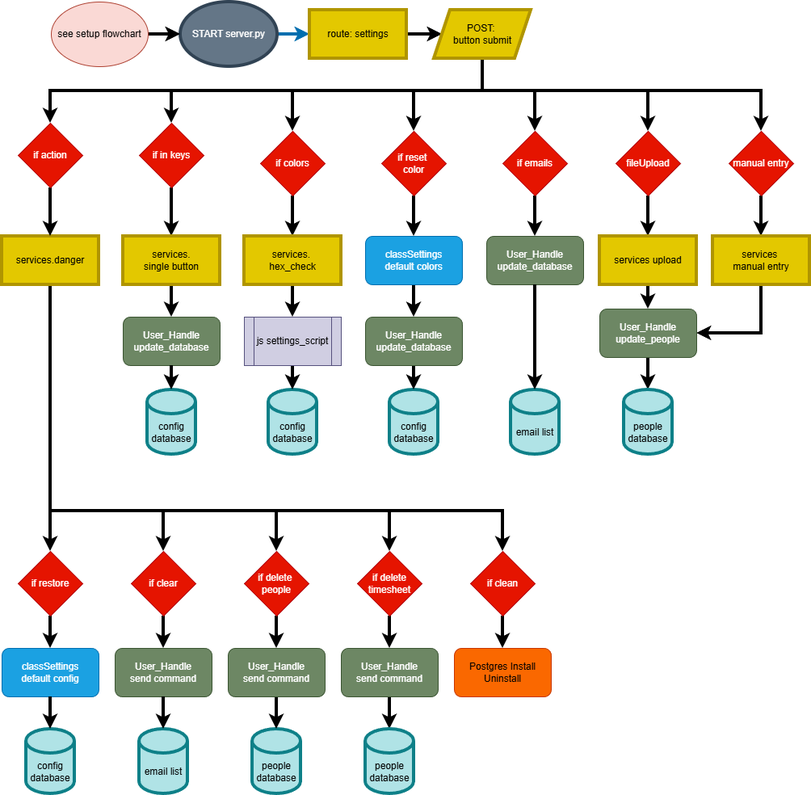
Above: planning/server_flowchart.drawio.png in whitedragonstudios/Scanner (draw.io), before the change. Source tidied: cells renumbered, new cells last; positions are measured from the earlier drawing's top-left corner, leaving out a move shared by most shapes.
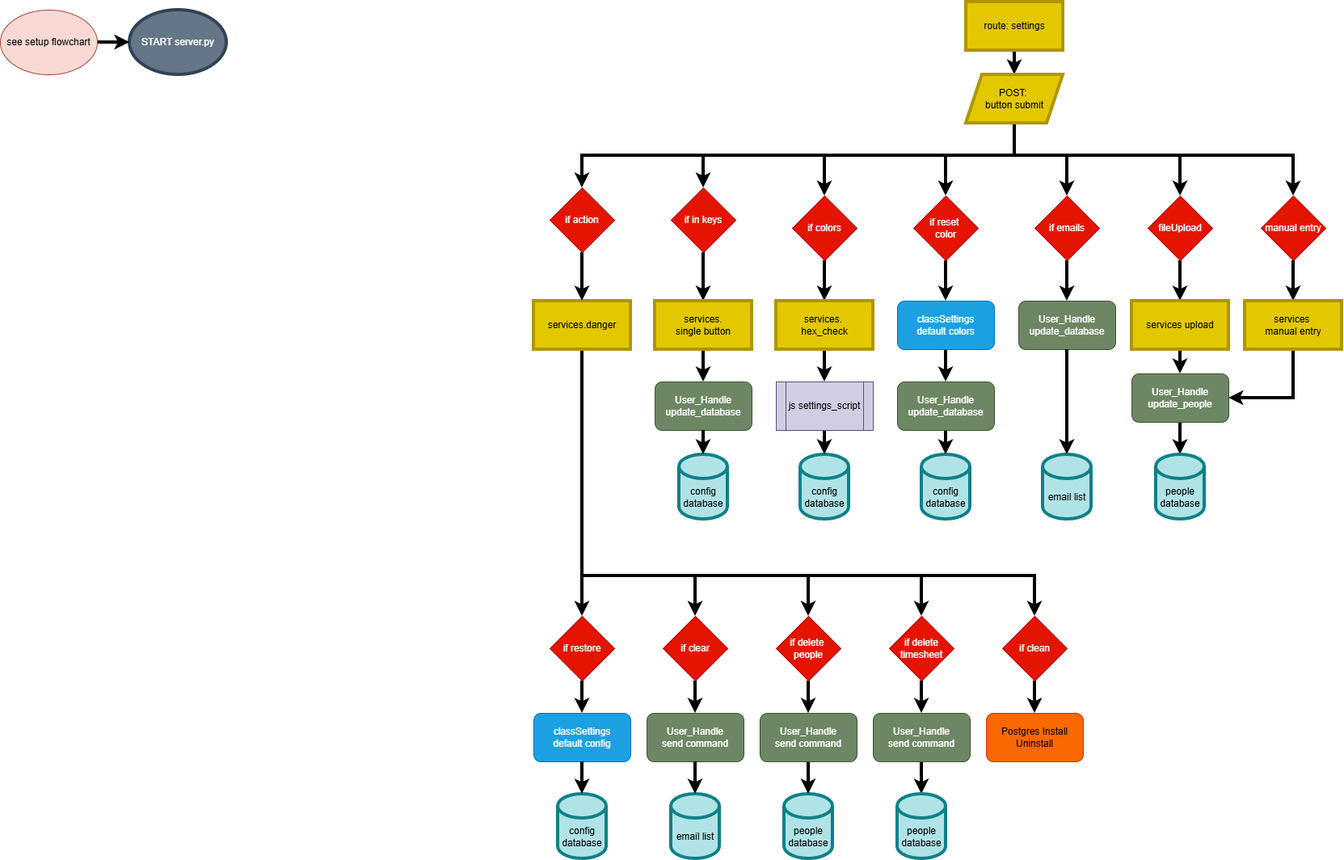
Later version of the same file.

Diff of the diagram source:
```diff
@@ -2,22 +2,14 @@
   <root>
     <mxCell id="0" />
     <mxCell id="1" parent="0" />
-    <mxCell id="2" style="edgeStyle=orthogonalEdgeStyle;rounded=0;jettySize=auto;html=1;entryX=0;entryY=0.5;entryDx=0;entryDy=0;strokeWidth=4;fillColor=#1ba1e2;strokeColor=#006EAF;exitX=1;exitY=0.5;exitDx=0;exitDy=0;" parent="1" edge="1" source="3" target="5">
-      <mxGeometry relative="1" as="geometry">
-        <Array as="points">
-          <mxPoint x="240" y="40" />
-          <mxPoint x="240" y="40" />
-        </Array>
-      </mxGeometry>
-    </mxCell>
     <mxCell id="3" value="START server.py" style="ellipse;whiteSpace=wrap;html=1;strokeWidth=4;fillColor=#647687;fontColor=#ffffff;strokeColor=#314354;" parent="1" vertex="1">
-      <mxGeometry x="221" width="120" height="80" as="geometry" />
+      <mxGeometry x="-500" y="-70" width="120" height="80" as="geometry" />
     </mxCell>
-    <mxCell id="4" style="edgeStyle=orthogonalEdgeStyle;rounded=0;jettySize=auto;html=1;strokeWidth=4;exitX=1;exitY=0.5;exitDx=0;exitDy=0;" parent="1" edge="1" source="5" target="16">
+    <mxCell id="4" style="edgeStyle=orthogonalEdgeStyle;rounded=0;jettySize=auto;html=1;strokeWidth=4;" parent="1" edge="1" source="5" target="16">
       <mxGeometry relative="1" as="geometry" />
     </mxCell>
     <mxCell id="5" value="route: settings" style="rounded=0;whiteSpace=wrap;html=1;strokeWidth=4;fillColor=#e3c800;fontColor=#000000;strokeColor=#B09500;" parent="1" vertex="1">
-      <mxGeometry x="381" y="10" width="120" height="60" as="geometry" />
+      <mxGeometry x="535" y="-80" width="120" height="60" as="geometry" />
     </mxCell>
     <mxCell id="6" value="config database" style="shape=cylinder3;whiteSpace=wrap;html=1;boundedLbl=1;backgroundOutline=1;size=15;strokeWidth=4;fillColor=#b0e3e6;strokeColor=#0e8088;" parent="1" vertex="1">
       <mxGeometry x="180" y="480" width="60" height="80" as="geometry" />
@@ -26,7 +18,7 @@
       <mxGeometry relative="1" as="geometry" />
     </mxCell>
     <mxCell id="8" value="see setup flowchart" style="ellipse;whiteSpace=wrap;html=1;fillColor=#fad9d5;strokeColor=#ae4132;" parent="1" vertex="1">
-      <mxGeometry x="61" width="120" height="80" as="geometry" />
+      <mxGeometry x="-660" y="-70" width="120" height="80" as="geometry" />
     </mxCell>
     <mxCell id="9" style="edgeStyle=orthogonalEdgeStyle;rounded=0;jettySize=auto;html=1;exitX=0.5;exitY=1;exitDx=0;exitDy=0;strokeWidth=4;" parent="1" edge="1" source="16" target="25">
       <mxGeometry relative="1" as="geometry">
```
